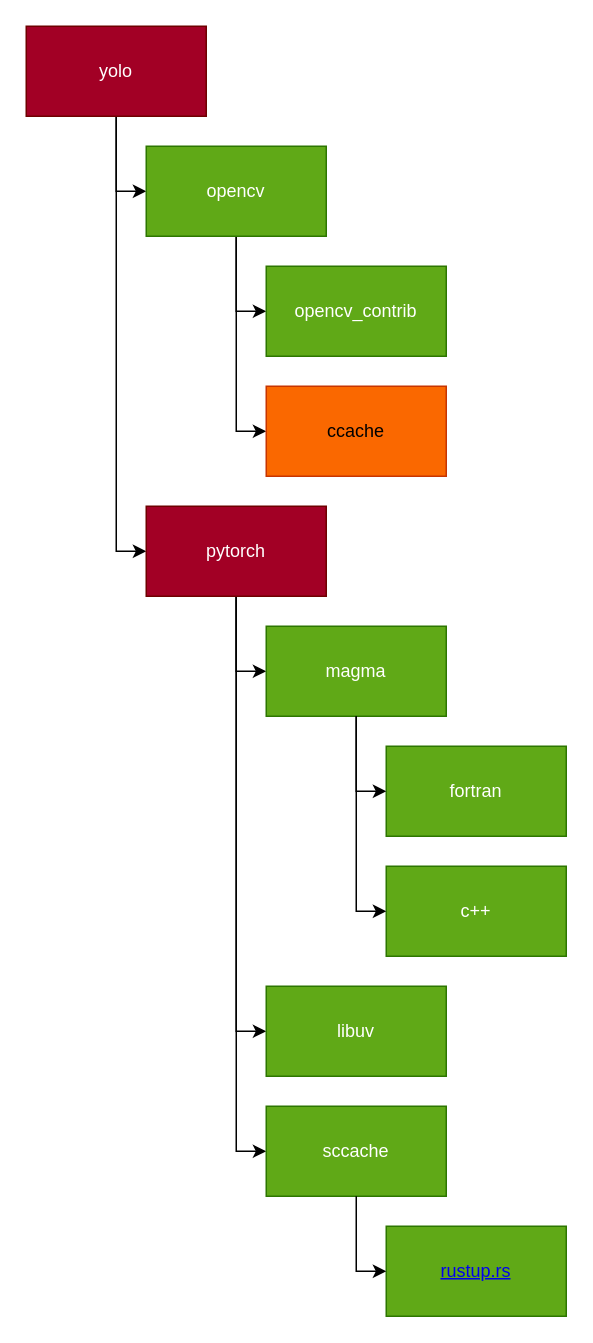
Earlier version of the draw.io diagram Yolo_dependence.drawio (nVietUK/nVietUK). Source tidied: cells renumbered, new cells numbered last; positions are measured from the earlier drawing's top-left corner, leaving out a move shared by most shapes. Both pictures are drawn from the tidied source at 150%, with x=0, y=0 at pixel (26, 26).
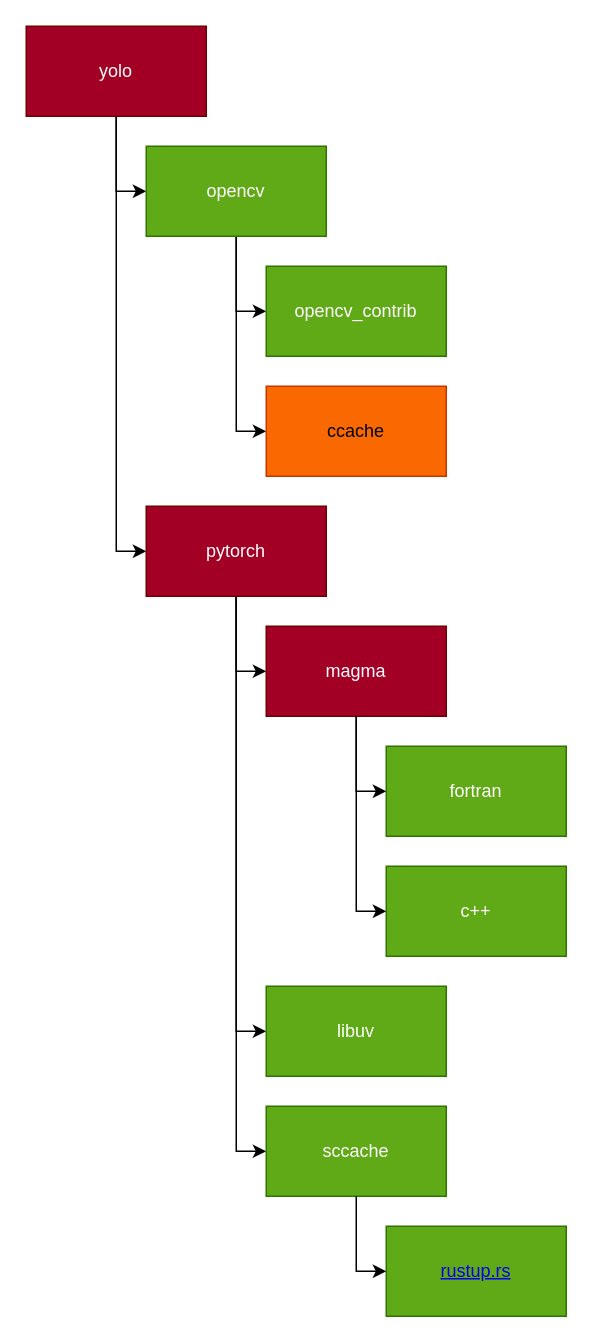
The same page after the edit.

Commit message (it also covers changes not shown here):
update but not suẻ that works probably

Unchanged cells that the change refers to:
```xml
<mxCell id="15" style="group;" parent="1" vertex="1">
  <mxGeometry x="160" y="400" width="200" height="220" as="geometry" />
</mxCell>
```

What changed in the source:
```diff
@@
-    <mxCell id="16" value="magma" style="whiteSpace=wrap;html=1;fillColor=#60a917;strokeColor=#2D7600;fontColor=#ffffff;rounded=0;" parent="15" vertex="1">
+    <mxCell id="16" value="magma" style="whiteSpace=wrap;html=1;fillColor=#a20025;strokeColor=#6F0000;fontColor=#ffffff;rounded=0;" parent="15" vertex="1">
       <mxGeometry width="120" height="60" as="geometry" />
     </mxCell>
```
